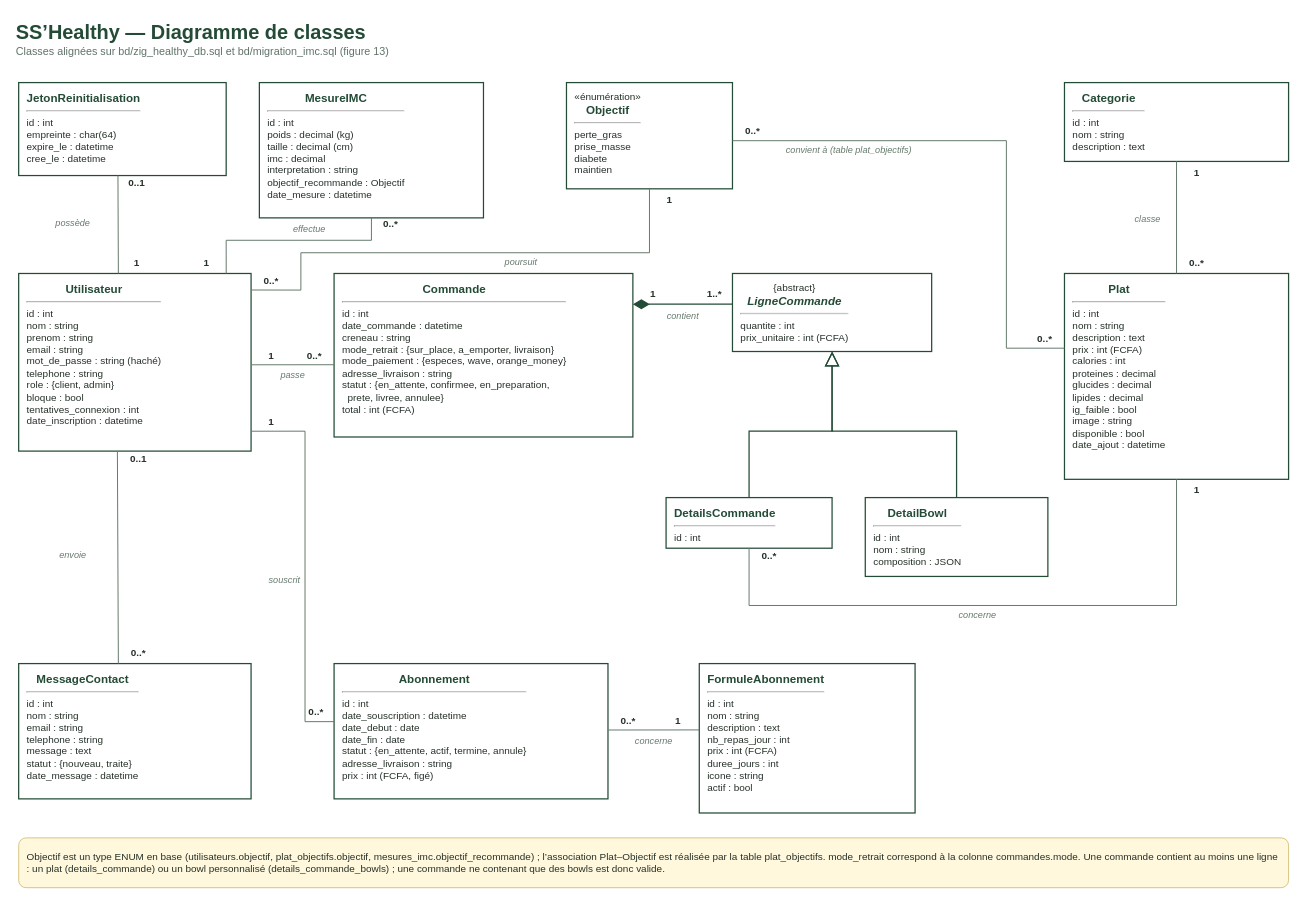
Earlier version of the draw.io diagram page "Diagramme de classes" (3 of 8) of diagrammes_SSHealthy.drawio (nooralshams/SS-Healthy). Source tidied: cells renumbered, new cells numbered last; positions are measured from the earlier drawing's top-left corner, leaving out a move shared by most shapes. Both pictures are drawn from the tidied source at 83%, with x=0, y=0 at pixel (14, 14).
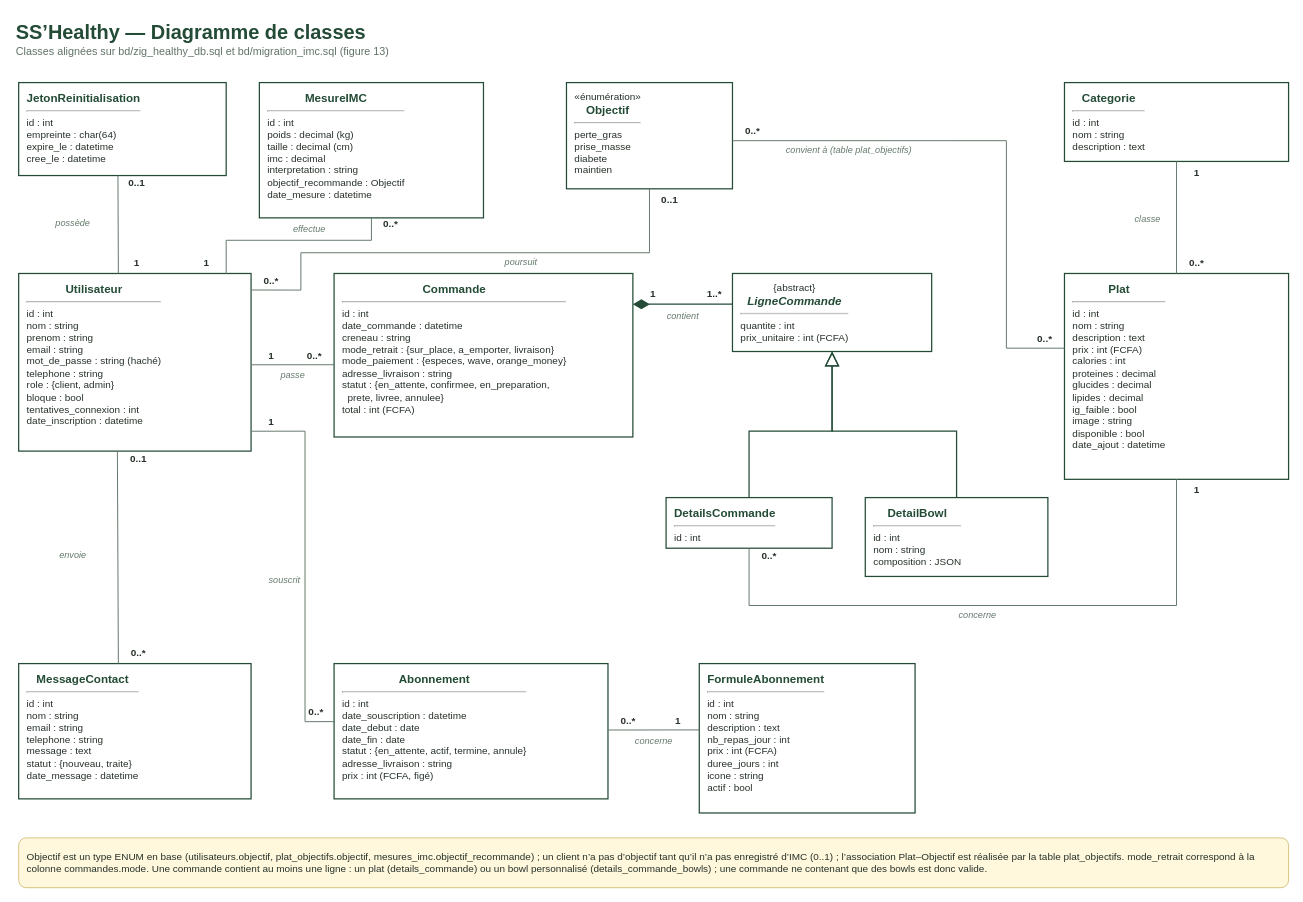
The same page after the edit.

Diff of the diagram source:
```diff
@@
-    <mxCell id="26" value="1" style="text;html=1;align=center;verticalAlign=middle;strokeColor=none;fillColor=none;fontSize=12;fontStyle=1;fontColor=#263128;" parent="1" vertex="1">
+    <mxCell id="26" value="0..1" style="text;html=1;align=center;verticalAlign=middle;strokeColor=none;fillColor=none;fontSize=12;fontStyle=1;fontColor=#263128;" parent="1" vertex="1">
       <mxGeometry x="767" y="214" width="44" height="18" as="geometry" />
     </mxCell>
@@
-    <mxCell id="62" value="Objectif est un type ENUM en base (utilisateurs.objectif, plat_objectifs.objectif, mesures_imc.objectif_recommande) ; l’association Plat–Objectif est réalisée par la table plat_objectifs. mode_retrait correspond à la colonne commandes.mode. Une commande contient au moins une ligne : un plat (details_commande) ou un bowl personnalisé (details_commande_bowls) ; une commande ne contenant que des bowls est donc valide." style="rounded=1;whiteSpace=wrap;html=1;align=left;verticalAlign=middle;spacing=10;fillColor=#FFF8DD;strokeColor=#D0B96E;fontSize=12;fontColor=#263128;" parent="1" vertex="1">
+    <mxCell id="62" value="Objectif est un type ENUM en base (utilisateurs.objectif, plat_objectifs.objectif, mesures_imc.objectif_recommande) ; un client n’a pas d’objectif tant qu’il n’a pas enregistré d’IMC (0..1) ; l’association Plat–Objectif est réalisée par la table plat_objectifs. mode_retrait correspond à la colonne commandes.mode. Une commande contient au moins une ligne : un plat (details_commande) ou un bowl personnalisé (details_commande_bowls) ; une commande ne contenant que des bowls est donc valide." style="rounded=1;whiteSpace=wrap;html=1;align=left;verticalAlign=middle;spacing=10;fillColor=#FFF8DD;strokeColor=#D0B96E;fontSize=12;fontColor=#263128;" parent="1" vertex="1">
       <mxGeometry x="5" y="992" width="1530" height="60" as="geometry" />
     </mxCell>
```
